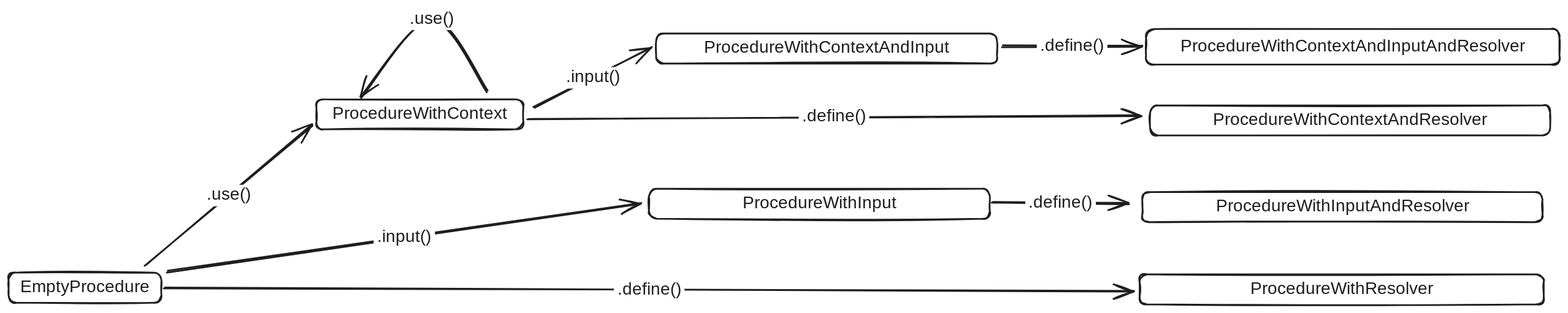
The Excalidraw diagram docs/procedure-builder.excalidraw.svg in petrhdk/rpc, before a commit. Source tidied: one line per element, renumbered; positions are measured from the earlier drawing's top-left corner, leaving out a move shared by most shapes. The source it was exported from:
```json
{"id": 0, "type": "rectangle", "strokeColor": "#1e1e1e", "strokeWidth": 2, "roughness": 1, "round": true, "x": 0, "y": 348, "width": 178, "height": 35}
{"id": 1, "type": "text", "text": "EmptyProcedure", "strokeColor": "#1e1e1e", "strokeWidth": 2, "roughness": 1, "fontSize": 20, "fontFamily": 5, "textAlign": "center", "verticalAlign": "middle", "inside": 0, "x": 11, "y": 353, "width": 157, "height": 25}
{"id": 2, "type": "rectangle", "strokeColor": "#1e1e1e", "strokeWidth": 2, "roughness": 1, "round": true, "x": 359, "y": 146, "width": 241, "height": 35}
{"id": 3, "type": "text", "text": "ProcedureWithContext", "strokeColor": "#1e1e1e", "strokeWidth": 2, "roughness": 1, "fontSize": 20, "fontFamily": 5, "textAlign": "center", "verticalAlign": "middle", "inside": 2, "x": 369, "y": 151, "width": 220, "height": 25}
{"id": 4, "type": "arrow", "strokeColor": "#1e1e1e", "strokeWidth": 2, "roughness": 1, "endArrowhead": "arrow", "round": true, "from": 0, "to": 2, "x": 159, "y": 340, "width": 195, "height": 164, "points": [[0, 0], [195, -164]]}
{"id": 5, "type": "text", "text": ".use()", "strokeColor": "#1e1e1e", "strokeWidth": 2, "roughness": 1, "fontSize": 20, "fontFamily": 5, "textAlign": "center", "verticalAlign": "middle", "inside": 4, "x": 150, "y": 264, "width": 56, "height": 25}
{"id": 6, "type": "arrow", "strokeColor": "#1e1e1e", "strokeWidth": 2, "roughness": 1, "endArrowhead": "arrow", "round": true, "from": 2, "to": 2, "x": 557, "y": 137, "width": 147, "height": 91, "points": [[0, 0], [-65, -84], [-147, 7]]}
{"id": 7, "type": "text", "text": ".use()", "strokeColor": "#1e1e1e", "strokeWidth": 2, "roughness": 1, "fontSize": 20, "fontFamily": 5, "textAlign": "center", "verticalAlign": "middle", "inside": 6, "x": 544, "y": 0, "width": 56, "height": 25}
{"id": 8, "type": "rectangle", "strokeColor": "#1e1e1e", "strokeWidth": 2, "roughness": 1, "round": true, "x": 746, "y": 250, "width": 397, "height": 35}
{"id": 9, "type": "text", "text": "ProcedureWithInput", "strokeColor": "#1e1e1e", "strokeWidth": 2, "roughness": 1, "fontSize": 20, "fontFamily": 5, "textAlign": "center", "verticalAlign": "middle", "inside": 8, "x": 847, "y": 255, "width": 195, "height": 25}
{"id": 10, "type": "arrow", "strokeColor": "#1e1e1e", "strokeWidth": 2, "roughness": 1, "endArrowhead": "arrow", "round": true, "from": 0, "to": 8, "x": 185, "y": 346, "width": 552, "height": 79, "points": [[0, 0], [552, -79]]}
{"id": 11, "type": "text", "text": ".input()", "strokeColor": "#1e1e1e", "strokeWidth": 2, "roughness": 1, "fontSize": 20, "fontFamily": 5, "textAlign": "center", "verticalAlign": "middle", "inside": 10, "x": 319, "y": 229, "width": 71, "height": 25}
{"id": 12, "type": "rectangle", "strokeColor": "#1e1e1e", "strokeWidth": 2, "roughness": 1, "round": true, "x": 754, "y": 69, "width": 397, "height": 35}
{"id": 13, "type": "text", "text": "ProcedureWithContextAndInput", "strokeColor": "#1e1e1e", "strokeWidth": 2, "roughness": 1, "fontSize": 20, "fontFamily": 5, "textAlign": "center", "verticalAlign": "middle", "inside": 12, "x": 797, "y": 74, "width": 311, "height": 25}
{"id": 14, "type": "arrow", "strokeColor": "#1e1e1e", "strokeWidth": 2, "roughness": 1, "endArrowhead": "arrow", "round": true, "from": 2, "to": 12, "x": 613, "y": 156, "width": 137, "height": 71, "points": [[0, 0], [137, -71]]}
{"id": 15, "type": "text", "text": ".input()", "strokeColor": "#1e1e1e", "strokeWidth": 2, "roughness": 1, "fontSize": 20, "fontFamily": 5, "textAlign": "center", "verticalAlign": "middle", "inside": 14, "x": 476, "y": 415, "width": 71, "height": 25}
{"id": 16, "type": "rectangle", "strokeColor": "#1e1e1e", "strokeWidth": 2, "roughness": 1, "round": true, "x": 1317, "y": 350, "width": 471, "height": 35}
{"id": 17, "type": "text", "text": "ProcedureWithResolver", "strokeColor": "#1e1e1e", "strokeWidth": 2, "roughness": 1, "fontSize": 20, "fontFamily": 5, "textAlign": "center", "verticalAlign": "middle", "inside": 16, "x": 1441, "y": 355, "width": 224, "height": 25}
{"id": 18, "type": "arrow", "strokeColor": "#1e1e1e", "strokeWidth": 2, "roughness": 1, "endArrowhead": "arrow", "round": true, "from": 0, "to": 16, "x": 182, "y": 367, "width": 1129, "height": 3, "points": [[0, 0], [1129, 3]]}
{"id": 19, "type": "text", "text": ".define()", "strokeColor": "#1e1e1e", "strokeWidth": 2, "roughness": 1, "fontSize": 20, "fontFamily": 5, "textAlign": "center", "verticalAlign": "middle", "inside": 18, "x": 543, "y": 170, "width": 82, "height": 25}
{"id": 20, "type": "rectangle", "strokeColor": "#1e1e1e", "strokeWidth": 2, "roughness": 1, "round": true, "x": 1320, "y": 254, "width": 466, "height": 35}
{"id": 21, "type": "text", "text": "ProcedureWithInputAndResolver", "strokeColor": "#1e1e1e", "strokeWidth": 2, "roughness": 1, "fontSize": 20, "fontFamily": 5, "textAlign": "center", "verticalAlign": "middle", "inside": 20, "x": 1396, "y": 259, "width": 314, "height": 25}
{"id": 22, "type": "arrow", "strokeColor": "#1e1e1e", "strokeWidth": 2, "roughness": 1, "endArrowhead": "arrow", "round": true, "from": 8, "x": 1146, "y": 266, "width": 158, "height": 2, "points": [[0, 0], [158, 2]]}
{"id": 23, "type": "text", "text": ".define()", "strokeColor": "#1e1e1e", "strokeWidth": 2, "roughness": 1, "fontSize": 20, "fontFamily": 5, "textAlign": "center", "verticalAlign": "middle", "inside": 22, "x": 1085, "y": 264, "width": 82, "height": 25}
{"id": 24, "type": "rectangle", "strokeColor": "#1e1e1e", "strokeWidth": 2, "roughness": 1, "round": true, "x": 1325, "y": 64, "width": 481, "height": 41}
{"id": 25, "type": "text", "text": "ProcedureWithContextAndInputAndResolver", "strokeColor": "#1e1e1e", "strokeWidth": 2, "roughness": 1, "fontSize": 20, "fontFamily": 5, "textAlign": "center", "verticalAlign": "middle", "inside": 24, "x": 1351, "y": 72, "width": 430, "height": 25}
{"id": 26, "type": "arrow", "strokeColor": "#1e1e1e", "strokeWidth": 2, "roughness": 1, "endArrowhead": "arrow", "round": true, "from": 12, "to": 24, "x": 1157, "y": 84, "width": 163, "height": 1, "points": [[0, 0], [163, 1]]}
{"id": 27, "type": "text", "text": ".define()", "strokeColor": "#1e1e1e", "strokeWidth": 2, "roughness": 1, "fontSize": 20, "fontFamily": 5, "textAlign": "center", "verticalAlign": "middle", "inside": 26, "x": 1091, "y": 454, "width": 82, "height": 25}
{"id": 28, "type": "rectangle", "strokeColor": "#1e1e1e", "strokeWidth": 2, "roughness": 1, "round": true, "x": 1330, "y": 153, "width": 466, "height": 35}
{"id": 29, "type": "text", "text": "ProcedureWithContextAndResolver", "strokeColor": "#1e1e1e", "strokeWidth": 2, "roughness": 1, "fontSize": 20, "fontFamily": 5, "textAlign": "center", "verticalAlign": "middle", "inside": 28, "x": 1393, "y": 158, "width": 340, "height": 25}
{"id": 30, "type": "arrow", "strokeColor": "#1e1e1e", "strokeWidth": 2, "roughness": 1, "endArrowhead": "arrow", "round": true, "from": 2, "to": 28, "x": 605, "y": 168, "width": 713, "height": 3, "points": [[0, 0], [713, -3]]}
{"id": 31, "type": "text", "text": ".define()", "strokeColor": "#1e1e1e", "strokeWidth": 2, "roughness": 1, "fontSize": 20, "fontFamily": 5, "textAlign": "center", "verticalAlign": "middle", "inside": 30, "x": 811, "y": 357, "width": 82, "height": 25}
```
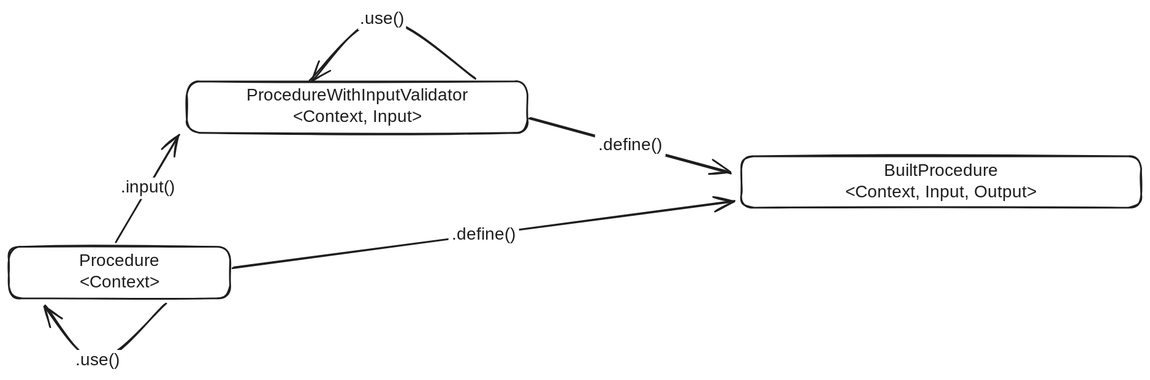
The same file after the commit.

Commit message:
Refactor: procedure.ts: unify procedures with context

Diff of the diagram source:
```diff
@@ -1,32 +1,16 @@
-{"id": 0, "type": "rectangle", "strokeColor": "#1e1e1e", "strokeWidth": 2, "roughness": 1, "round": true, "x": 0, "y": 348, "width": 178, "height": 35}
+{"id": 0, "type": "rectangle", "strokeColor": "#1e1e1e", "strokeWidth": 2, "roughness": 1, "round": true, "x": 277, "y": 368, "width": 258, "height": 60}
-{"id": 1, "type": "text", "text": "EmptyProcedure", "strokeColor": "#1e1e1e", "strokeWidth": 2, "roughness": 1, "fontSize": 20, "fontFamily": 5, "textAlign": "center", "verticalAlign": "middle", "inside": 0, "x": 11, "y": 353, "width": 157, "height": 25}
+{"id": 1, "type": "text", "text": "Procedure\n<Context>", "strokeColor": "#1e1e1e", "strokeWidth": 2, "roughness": 1, "fontSize": 20, "fontFamily": 5, "textAlign": "center", "verticalAlign": "middle", "inside": 0, "x": 355, "y": 373, "width": 102, "height": 50}
-{"id": 2, "type": "rectangle", "strokeColor": "#1e1e1e", "strokeWidth": 2, "roughness": 1, "round": true, "x": 359, "y": 146, "width": 241, "height": 35}
-{"id": 3, "type": "text", "text": "ProcedureWithContext", "strokeColor": "#1e1e1e", "strokeWidth": 2, "roughness": 1, "fontSize": 20, "fontFamily": 5, "textAlign": "center", "verticalAlign": "middle", "inside": 2, "x": 369, "y": 151, "width": 220, "height": 25}
-{"id": 4, "type": "arrow", "strokeColor": "#1e1e1e", "strokeWidth": 2, "roughness": 1, "endArrowhead": "arrow", "round": true, "from": 0, "to": 2, "x": 159, "y": 340, "width": 195, "height": 164, "points": [[0, 0], [195, -164]]}
+{"id": 4, "type": "arrow", "strokeColor": "#1e1e1e", "strokeWidth": 2, "roughness": 1, "endArrowhead": "arrow", "round": true, "from": 0, "to": 0, "x": 459, "y": 435, "width": 139, "height": 65, "points": [[0, 0], [-78, 65], [-139, 1]]}
 {"id": 5, "type": "text", "text": ".use()", "strokeColor": "#1e1e1e", "strokeWidth": 2, "roughness": 1, "fontSize": 20, "fontFamily": 5, "textAlign": "center", "verticalAlign": "middle", "inside": 4, "x": 150, "y": 264, "width": 56, "height": 25}
-{"id": 6, "type": "arrow", "strokeColor": "#1e1e1e", "strokeWidth": 2, "roughness": 1, "endArrowhead": "arrow", "round": true, "from": 2, "to": 2, "x": 557, "y": 137, "width": 147, "height": 91, "points": [[0, 0], [-65, -84], [-147, 7]]}
-{"id": 7, "type": "text", "text": ".use()", "strokeColor": "#1e1e1e", "strokeWidth": 2, "roughness": 1, "fontSize": 20, "fontFamily": 5, "textAlign": "center", "verticalAlign": "middle", "inside": 6, "x": 544, "y": 0, "width": 56, "height": 25}
-{"id": 8, "type": "rectangle", "strokeColor": "#1e1e1e", "strokeWidth": 2, "roughness": 1, "round": true, "x": 746, "y": 250, "width": 397, "height": 35}
+{"id": 8, "type": "rectangle", "strokeColor": "#1e1e1e", "strokeWidth": 2, "roughness": 1, "round": true, "x": 484, "y": 175, "width": 397, "height": 60}
-{"id": 9, "type": "text", "text": "ProcedureWithInput", "strokeColor": "#1e1e1e", "strokeWidth": 2, "roughness": 1, "fontSize": 20, "fontFamily": 5, "textAlign": "center", "verticalAlign": "middle", "inside": 8, "x": 847, "y": 255, "width": 195, "height": 25}
+{"id": 9, "type": "text", "text": "ProcedureWithInputValidator\n<Context, Input>", "strokeColor": "#1e1e1e", "strokeWidth": 2, "roughness": 1, "fontSize": 20, "fontFamily": 5, "textAlign": "center", "verticalAlign": "middle", "inside": 8, "x": 542, "y": 180, "width": 282, "height": 50}
-{"id": 10, "type": "arrow", "strokeColor": "#1e1e1e", "strokeWidth": 2, "roughness": 1, "endArrowhead": "arrow", "round": true, "from": 0, "to": 8, "x": 185, "y": 346, "width": 552, "height": 79, "points": [[0, 0], [552, -79]]}
+{"id": 10, "type": "arrow", "strokeColor": "#1e1e1e", "strokeWidth": 2, "roughness": 1, "endArrowhead": "arrow", "round": true, "from": 0, "to": 8, "x": 402, "y": 361, "width": 74, "height": 123, "points": [[0, 0], [74, -123]]}
 {"id": 11, "type": "text", "text": ".input()", "strokeColor": "#1e1e1e", "strokeWidth": 2, "roughness": 1, "fontSize": 20, "fontFamily": 5, "textAlign": "center", "verticalAlign": "middle", "inside": 10, "x": 319, "y": 229, "width": 71, "height": 25}
-{"id": 12, "type": "rectangle", "strokeColor": "#1e1e1e", "strokeWidth": 2, "roughness": 1, "round": true, "x": 754, "y": 69, "width": 397, "height": 35}
-{"id": 13, "type": "text", "text": "ProcedureWithContextAndInput", "strokeColor": "#1e1e1e", "strokeWidth": 2, "roughness": 1, "fontSize": 20, "fontFamily": 5, "textAlign": "center", "verticalAlign": "middle", "inside": 12, "x": 797, "y": 74, "width": 311, "height": 25}
-{"id": 14, "type": "arrow", "strokeColor": "#1e1e1e", "strokeWidth": 2, "roughness": 1, "endArrowhead": "arrow", "round": true, "from": 2, "to": 12, "x": 613, "y": 156, "width": 137, "height": 71, "points": [[0, 0], [137, -71]]}
-{"id": 15, "type": "text", "text": ".input()", "strokeColor": "#1e1e1e", "strokeWidth": 2, "roughness": 1, "fontSize": 20, "fontFamily": 5, "textAlign": "center", "verticalAlign": "middle", "inside": 14, "x": 476, "y": 415, "width": 71, "height": 25}
-{"id": 16, "type": "rectangle", "strokeColor": "#1e1e1e", "strokeWidth": 2, "roughness": 1, "round": true, "x": 1317, "y": 350, "width": 471, "height": 35}
-{"id": 17, "type": "text", "text": "ProcedureWithResolver", "strokeColor": "#1e1e1e", "strokeWidth": 2, "roughness": 1, "fontSize": 20, "fontFamily": 5, "textAlign": "center", "verticalAlign": "middle", "inside": 16, "x": 1441, "y": 355, "width": 224, "height": 25}
-{"id": 18, "type": "arrow", "strokeColor": "#1e1e1e", "strokeWidth": 2, "roughness": 1, "endArrowhead": "arrow", "round": true, "from": 0, "to": 16, "x": 182, "y": 367, "width": 1129, "height": 3, "points": [[0, 0], [1129, 3]]}
+{"id": 18, "type": "arrow", "strokeColor": "#1e1e1e", "strokeWidth": 2, "roughness": 1, "endArrowhead": "arrow", "round": true, "from": 0, "to": 20, "x": 538, "y": 393, "width": 584, "height": 78, "points": [[0, 0], [584, -78]]}
 {"id": 19, "type": "text", "text": ".define()", "strokeColor": "#1e1e1e", "strokeWidth": 2, "roughness": 1, "fontSize": 20, "fontFamily": 5, "textAlign": "center", "verticalAlign": "middle", "inside": 18, "x": 543, "y": 170, "width": 82, "height": 25}
-{"id": 20, "type": "rectangle", "strokeColor": "#1e1e1e", "strokeWidth": 2, "roughness": 1, "round": true, "x": 1320, "y": 254, "width": 466, "height": 35}
+{"id": 20, "type": "rectangle", "strokeColor": "#1e1e1e", "strokeWidth": 2, "roughness": 1, "round": true, "x": 1130, "y": 262, "width": 466, "height": 60}
-{"id": 21, "type": "text", "text": "ProcedureWithInputAndResolver", "strokeColor": "#1e1e1e", "strokeWidth": 2, "roughness": 1, "fontSize": 20, "fontFamily": 5, "textAlign": "center", "verticalAlign": "middle", "inside": 20, "x": 1396, "y": 259, "width": 314, "height": 25}
+{"id": 21, "type": "text", "text": "BuiltProcedure\n<Context, Input, Output>", "strokeColor": "#1e1e1e", "strokeWidth": 2, "roughness": 1, "fontSize": 20, "fontFamily": 5, "textAlign": "center", "verticalAlign": "middle", "inside": 20, "x": 1237, "y": 267, "width": 252, "height": 50}
-{"id": 22, "type": "arrow", "strokeColor": "#1e1e1e", "strokeWidth": 2, "roughness": 1, "endArrowhead": "arrow", "round": true, "from": 8, "x": 1146, "y": 266, "width": 158, "height": 2, "points": [[0, 0], [158, 2]]}
+{"id": 22, "type": "arrow", "strokeColor": "#1e1e1e", "strokeWidth": 2, "roughness": 1, "endArrowhead": "arrow", "round": true, "from": 8, "to": 20, "x": 884, "y": 218, "width": 233, "height": 64, "points": [[0, 0], [233, 64]]}
 {"id": 23, "type": "text", "text": ".define()", "strokeColor": "#1e1e1e", "strokeWidth": 2, "roughness": 1, "fontSize": 20, "fontFamily": 5, "textAlign": "center", "verticalAlign": "middle", "inside": 22, "x": 1085, "y": 264, "width": 82, "height": 25}
-{"id": 24, "type": "rectangle", "strokeColor": "#1e1e1e", "strokeWidth": 2, "roughness": 1, "round": true, "x": 1325, "y": 64, "width": 481, "height": 41}
-{"id": 25, "type": "text", "text": "ProcedureWithContextAndInputAndResolver", "strokeColor": "#1e1e1e", "strokeWidth": 2, "roughness": 1, "fontSize": 20, "fontFamily": 5, "textAlign": "center", "verticalAlign": "middle", "inside": 24, "x": 1351, "y": 72, "width": 430, "height": 25}
-{"id": 26, "type": "arrow", "strokeColor": "#1e1e1e", "strokeWidth": 2, "roughness": 1, "endArrowhead": "arrow", "round": true, "from": 12, "to": 24, "x": 1157, "y": 84, "width": 163, "height": 1, "points": [[0, 0], [163, 1]]}
-{"id": 27, "type": "text", "text": ".define()", "strokeColor": "#1e1e1e", "strokeWidth": 2, "roughness": 1, "fontSize": 20, "fontFamily": 5, "textAlign": "center", "verticalAlign": "middle", "inside": 26, "x": 1091, "y": 454, "width": 82, "height": 25}
-{"id": 28, "type": "rectangle", "strokeColor": "#1e1e1e", "strokeWidth": 2, "roughness": 1, "round": true, "x": 1330, "y": 153, "width": 466, "height": 35}
-{"id": 29, "type": "text", "text": "ProcedureWithContextAndResolver", "strokeColor": "#1e1e1e", "strokeWidth": 2, "roughness": 1, "fontSize": 20, "fontFamily": 5, "textAlign": "center", "verticalAlign": "middle", "inside": 28, "x": 1393, "y": 158, "width": 340, "height": 25}
-{"id": 30, "type": "arrow", "strokeColor": "#1e1e1e", "strokeWidth": 2, "roughness": 1, "endArrowhead": "arrow", "round": true, "from": 2, "to": 28, "x": 605, "y": 168, "width": 713, "height": 3, "points": [[0, 0], [713, -3]]}
-{"id": 31, "type": "text", "text": ".define()", "strokeColor": "#1e1e1e", "strokeWidth": 2, "roughness": 1, "fontSize": 20, "fontFamily": 5, "textAlign": "center", "verticalAlign": "middle", "inside": 30, "x": 811, "y": 357, "width": 82, "height": 25}
+{"id": 32, "type": "arrow", "strokeColor": "#1e1e1e", "strokeWidth": 2, "roughness": 1, "endArrowhead": "arrow", "round": true, "from": 8, "to": 8, "x": 820, "y": 172, "width": 192, "height": 71, "points": [[0, 0], [-108, -70], [-192, 2]]}
+{"id": 7, "type": "text", "text": ".use()", "strokeColor": "#1e1e1e", "strokeWidth": 2, "roughness": 1, "fontSize": 20, "fontFamily": 5, "textAlign": "center", "verticalAlign": "middle", "inside": 32, "x": 157, "y": 230, "width": 56, "height": 25}
```
